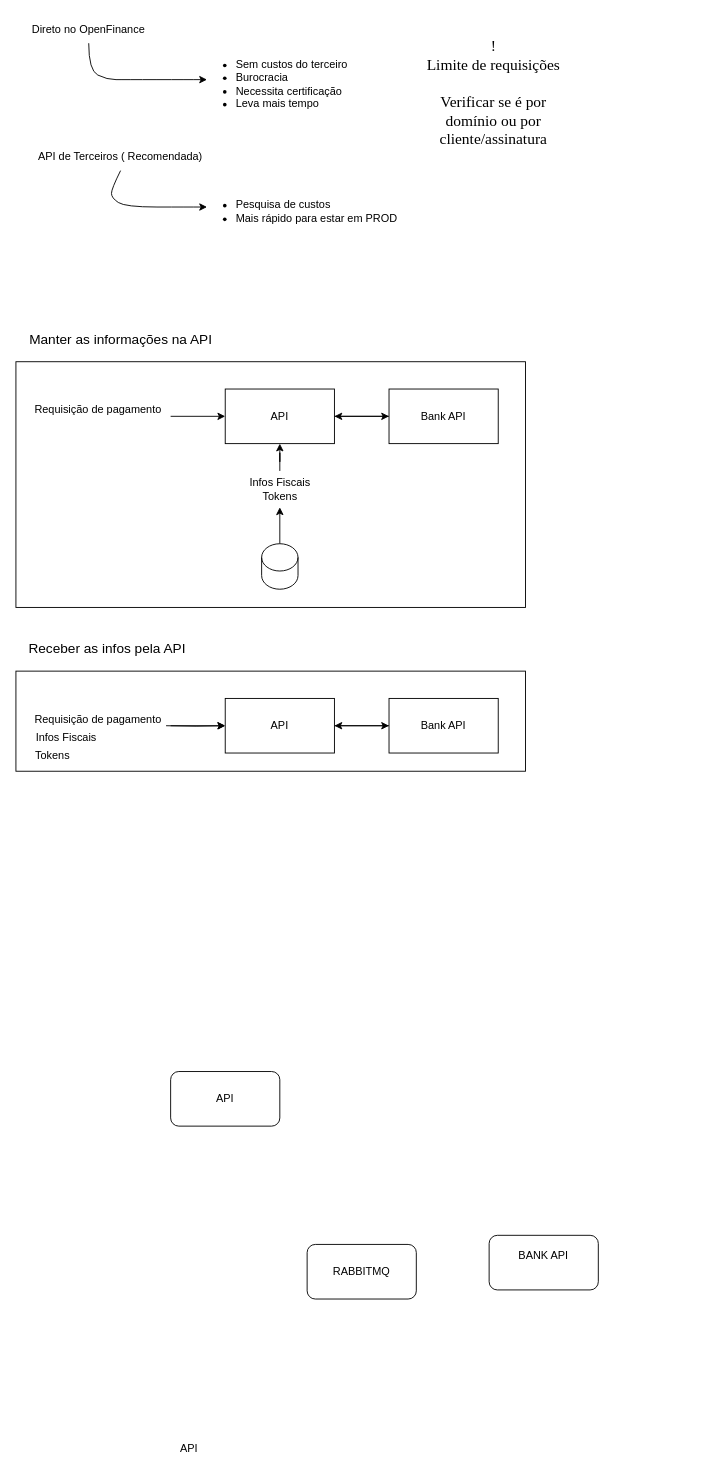
z3renato/teste-impacto keeps this draw.io diagram as src/api-pagamento.drawio. Above is the earlier version. Source tidied: cells renumbered, new cells numbered last; positions are measured from the earlier drawing's top-left corner, leaving out a move shared by most shapes. Both pictures are drawn from the tidied source at 91%, with x=0, y=0 at pixel (15, 15).
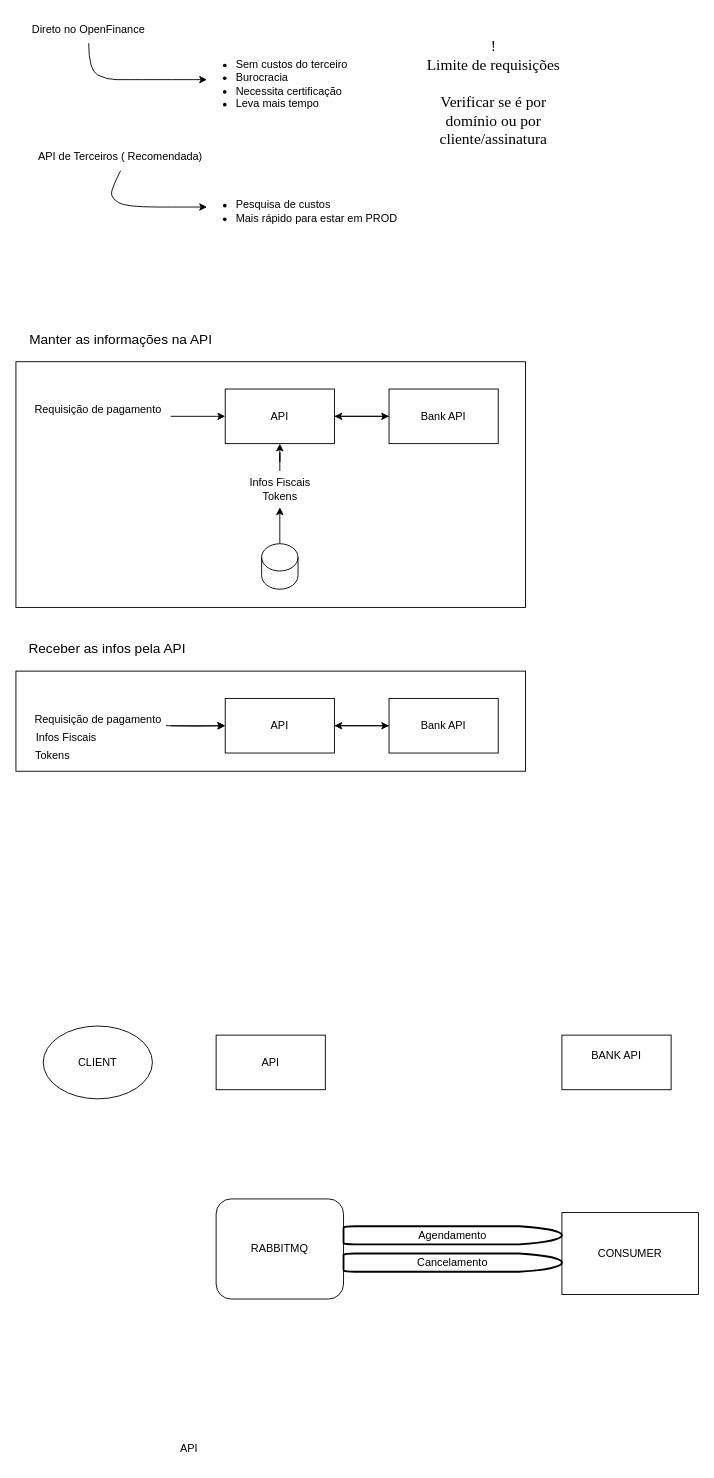
After the change.

The edit, as a diff of the source:
```diff
@@
     <mxCell id="33" value="RABBITMQ" style="rounded=1;whiteSpace=wrap;html=1;" parent="1" vertex="1">
-      <mxGeometry x="320" y="1350" width="120" height="60" as="geometry" />
+      <mxGeometry x="220" y="1300" width="140" height="110" as="geometry" />
     </mxCell>
-    <mxCell id="34" value="BANK API&lt;div&gt;&lt;br&gt;&lt;/div&gt;" style="rounded=1;whiteSpace=wrap;html=1;" parent="1" vertex="1">
-      <mxGeometry x="520" y="1340" width="120" height="60" as="geometry" />
+    <mxCell id="34" value="BANK API&lt;div&gt;&lt;br&gt;&lt;/div&gt;" style="rounded=0;whiteSpace=wrap;html=1;" parent="1" vertex="1">
+      <mxGeometry x="600" y="1120" width="120" height="60" as="geometry" />
     </mxCell>
-    <mxCell id="35" value="API" style="rounded=1;whiteSpace=wrap;html=1;" parent="1" vertex="1">
-      <mxGeometry x="170" y="1160" width="120" height="60" as="geometry" />
+    <mxCell id="35" value="API" style="rounded=0;whiteSpace=wrap;html=1;" parent="1" vertex="1">
+      <mxGeometry x="220" y="1120" width="120" height="60" as="geometry" />
     </mxCell>
+    <mxCell id="36" value="CONSUMER" style="rounded=0;whiteSpace=wrap;html=1;" parent="1" vertex="1">
+      <mxGeometry x="600" y="1315" width="150" height="90" as="geometry" />
+    </mxCell>
+    <mxCell id="37" value="&lt;div&gt;&lt;br&gt;&lt;/div&gt;&lt;div&gt;&lt;br&gt;&lt;/div&gt;" style="text;html=1;align=center;verticalAlign=middle;strokeColor=none;fillColor=none;" parent="1" vertex="1">
+      <mxGeometry x="50" y="1133" width="20" height="40" as="geometry" />
+    </mxCell>
+    <mxCell id="38" value="CLIENT" style="ellipse;whiteSpace=wrap;html=1;" parent="1" vertex="1">
+      <mxGeometry x="30" y="1110" width="120" height="80" as="geometry" />
+    </mxCell>
+    <mxCell id="39" value="Agendamento" style="strokeWidth=2;html=1;shape=mxgraph.flowchart.delay;whiteSpace=wrap;" parent="1" vertex="1">
+      <mxGeometry x="360" y="1330" width="240" height="20" as="geometry" />
+    </mxCell>
+    <mxCell id="40" value="Cancelamento" style="strokeWidth=2;html=1;shape=mxgraph.flowchart.delay;whiteSpace=wrap;" parent="1" vertex="1">
+      <mxGeometry x="360" y="1360" width="240" height="20" as="geometry" />
+    </mxCell>
```
